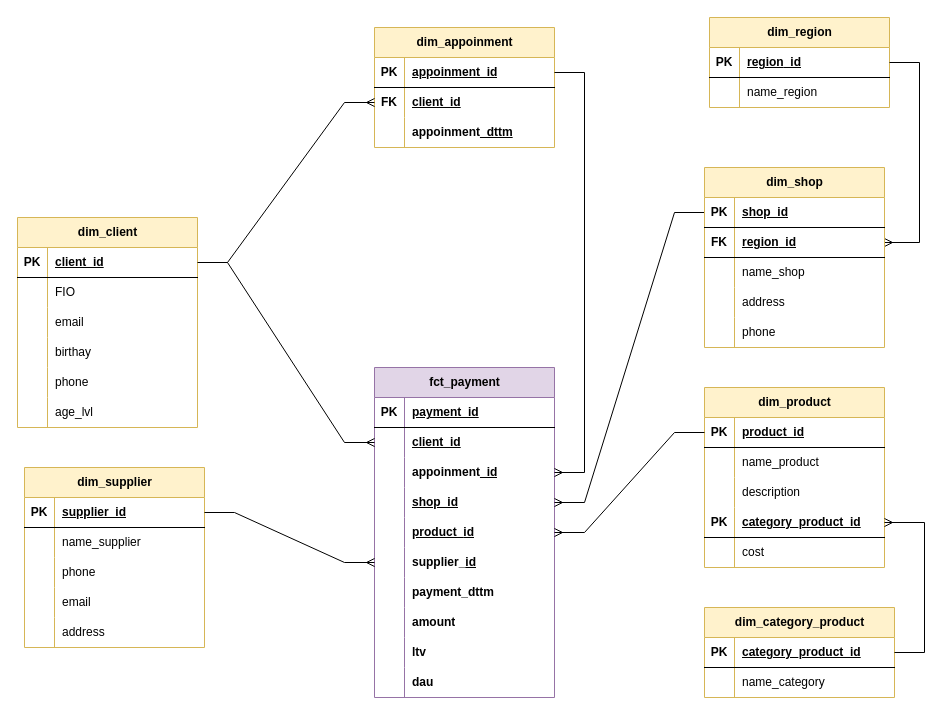
This is page "Страница — 2" (2 of 4) of Диаграмма без названия.drawio from MarkovD1981/date_engineering, a draw.io file, before an edit. Source tidied: cells renumbered, new cells numbered last; positions are measured from the earlier drawing's top-left corner, leaving out a move shared by most shapes. Both pictures are drawn from the tidied source at 100%, with x=0, y=0 at pixel (17, 17).
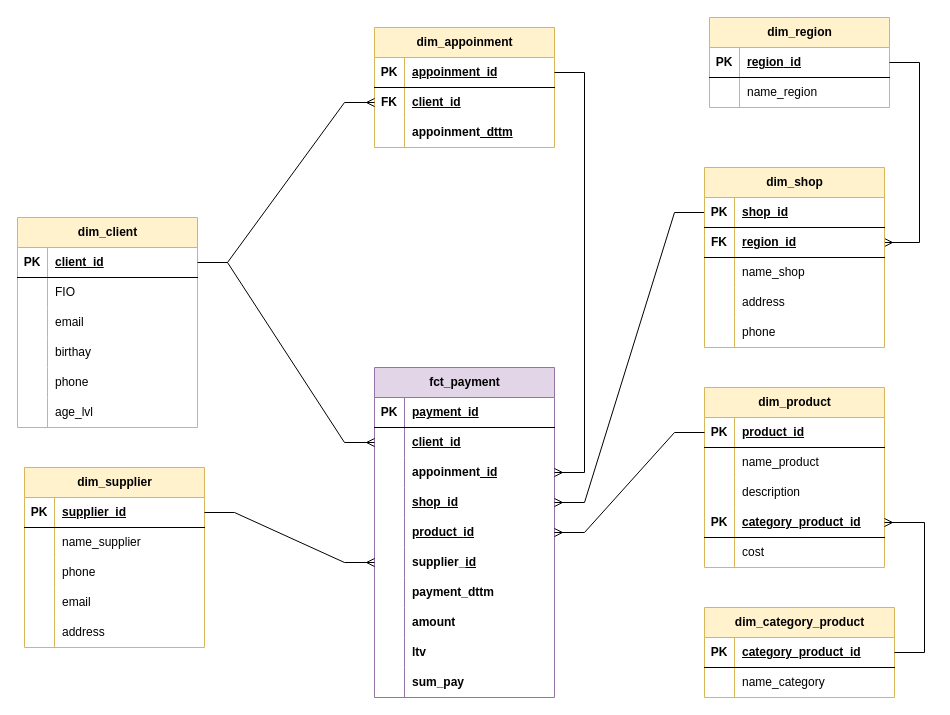
Above is the later version.

The change refers to these unchanged cells:
```xml
<mxCell id="30" style="shape=tableRow;horizontal=0;startSize=0;swimlaneHead=0;swimlaneBody=0;fillColor=none;top=0;left=0;right=0;bottom=0;" parent="2" vertex="1">
  <mxGeometry y="300" width="180" height="30" as="geometry" />
</mxCell>
```

Diff of the diagram source:
```diff
@@
-    <mxCell id="32" value="&lt;span style=&quot;font-weight: 700; text-align: center; text-wrap-mode: nowrap;&quot;&gt;dau&lt;/span&gt;" style="shape=partialRectangle;fillColor=none;top=0;left=0;bottom=0;right=0;align=left;spacingLeft=6;overflow=hidden;whiteSpace=wrap;html=1;" parent="30" vertex="1">
-      <mxGeometry x="30" width="150" height="30" as="geometry" />
-    </mxCell>
+    <mxCell id="132" value="&lt;span style=&quot;font-weight: 700; text-align: center; text-wrap-mode: nowrap;&quot;&gt;sum_pay&lt;/span&gt;" style="shape=partialRectangle;fillColor=none;top=0;left=0;bottom=0;right=0;align=left;spacingLeft=6;overflow=hidden;whiteSpace=wrap;html=1;" parent="30" vertex="1">
+      <mxGeometry x="30" width="150" height="30" as="geometry" />
+    </mxCell>
```
